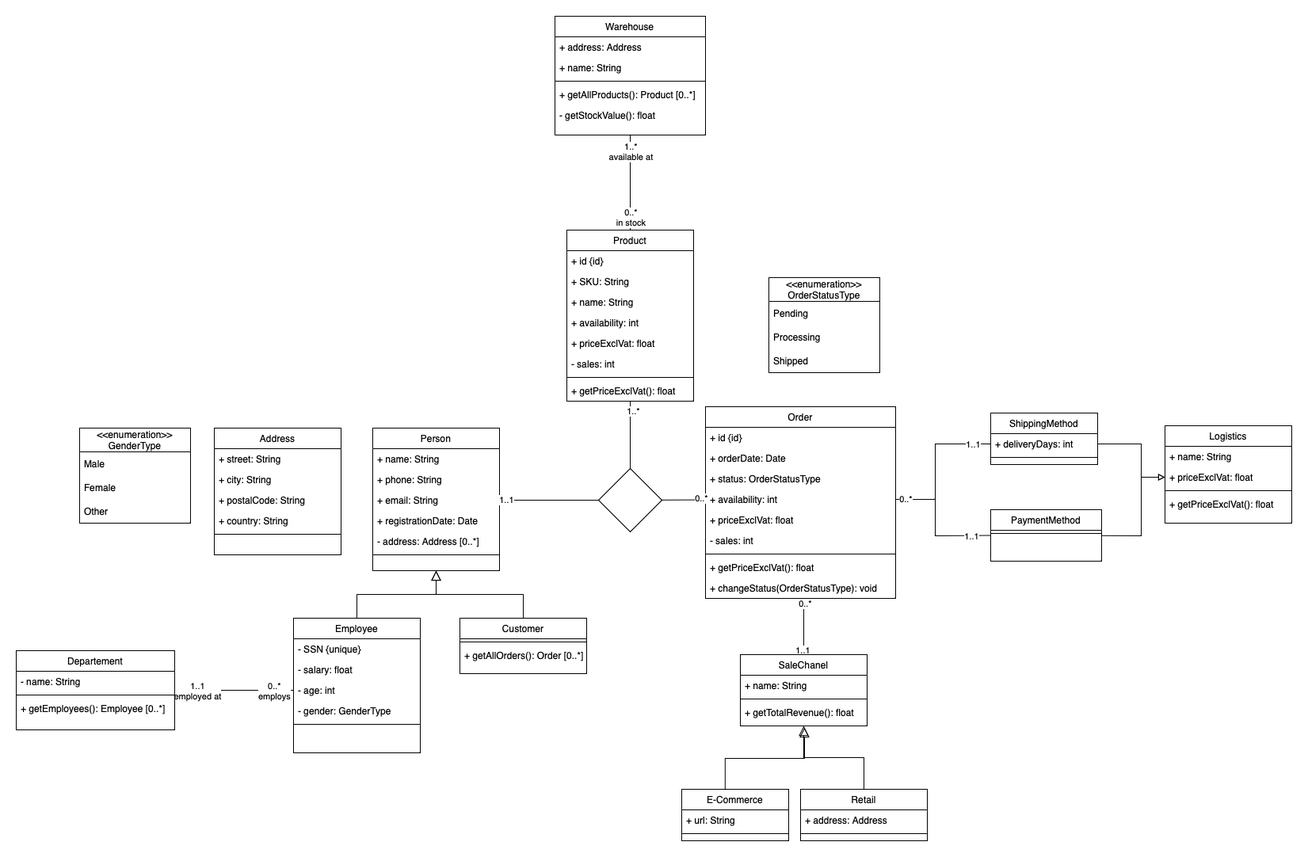
Before: task3/retail-business/diagram.png, a diagram exported from draw.io (michalpulpan/ntin043). Source tidied: cells renumbered, new cells last; positions are measured from the earlier drawing's top-left corner, leaving out a move shared by most shapes.
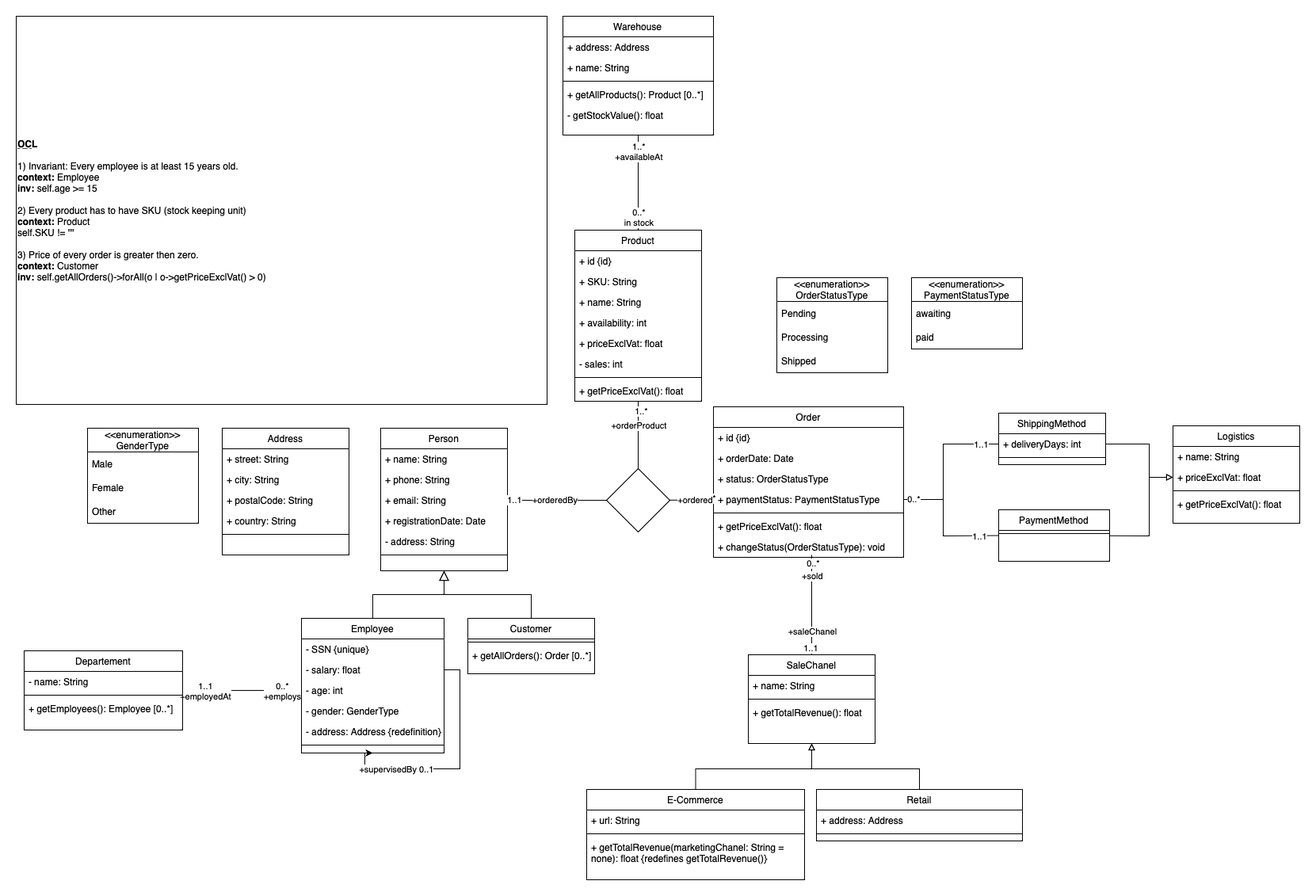
After the change.

Commit message:
UML, OCL

Diff of the diagram source:
```diff
@@ -19,3 +19,3 @@
     </mxCell>
-    <mxCell id="7" value="- address: Address [0..*]" style="text;align=left;verticalAlign=top;spacingLeft=4;spacingRight=4;overflow=hidden;rounded=0;shadow=0;html=0;" parent="2" vertex="1">
+    <mxCell id="7" value="- address: String" style="text;align=left;verticalAlign=top;spacingLeft=4;spacingRight=4;overflow=hidden;rounded=0;shadow=0;html=0;" parent="2" vertex="1">
       <mxGeometry y="130" width="160" height="26" as="geometry" />
@@ -26,18 +26,35 @@
     <mxCell id="9" value="Employee" style="swimlane;fontStyle=0;align=center;verticalAlign=top;horizontal=1;startSize=26;rounded=0;shadow=0;strokeWidth=1;" parent="1" vertex="1">
-      <mxGeometry x="350" y="760" width="160" height="170" as="geometry" />
+      <mxGeometry x="350" y="760" width="180" height="170" as="geometry" />
     </mxCell>
     <mxCell id="10" value="- SSN {unique}" style="text;align=left;verticalAlign=top;spacingLeft=4;spacingRight=4;overflow=hidden;" parent="9" vertex="1">
-      <mxGeometry y="26" width="160" height="26" as="geometry" />
+      <mxGeometry y="26" width="180" height="26" as="geometry" />
     </mxCell>
+    <mxCell id="109" style="edgeStyle=orthogonalEdgeStyle;rounded=0;jettySize=auto;html=1;entryX=0.5;entryY=1;entryDx=0;entryDy=0;" parent="9" edge="1" source="11" target="9">
+      <mxGeometry relative="1" as="geometry">
+        <Array as="points">
+          <mxPoint x="200" y="65" />
+          <mxPoint x="200" y="190" />
+          <mxPoint x="80" y="190" />
+        </Array>
+      </mxGeometry>
+    </mxCell>
+    <mxCell id="110" value="+supervisedBy 0..1" style="edgeLabel;html=1;align=center;verticalAlign=middle;" parent="109" vertex="1">
+      <mxGeometry x="0.72" y="-3" relative="1" as="geometry">
+        <mxPoint x="28" y="3" as="offset" />
+      </mxGeometry>
+    </mxCell>
     <mxCell id="11" value="- salary: float" style="text;align=left;verticalAlign=top;spacingLeft=4;spacingRight=4;overflow=hidden;points=[[0,0.5],[1,0.5]];portConstraint=eastwest;rounded=0;shadow=0;html=0;" parent="9" vertex="1">
-      <mxGeometry y="52" width="160" height="26" as="geometry" />
+      <mxGeometry y="52" width="180" height="26" as="geometry" />
     </mxCell>
     <mxCell id="12" value="- age: int" style="text;align=left;verticalAlign=top;spacingLeft=4;spacingRight=4;overflow=hidden;points=[[0,0.5],[1,0.5]];portConstraint=eastwest;rounded=0;shadow=0;html=0;" parent="9" vertex="1">
-      <mxGeometry y="78" width="160" height="26" as="geometry" />
+      <mxGeometry y="78" width="180" height="26" as="geometry" />
     </mxCell>
     <mxCell id="13" value="- gender: GenderType" style="text;align=left;verticalAlign=top;spacingLeft=4;spacingRight=4;overflow=hidden;rounded=0;shadow=0;html=0;" parent="9" vertex="1">
-      <mxGeometry y="104" width="160" height="26" as="geometry" />
+      <mxGeometry y="104" width="180" height="26" as="geometry" />
     </mxCell>
+    <mxCell id="111" value="- address: Address {redefinition}" style="text;align=left;verticalAlign=top;spacingLeft=4;spacingRight=4;overflow=hidden;rounded=0;shadow=0;html=0;" parent="9" vertex="1">
+      <mxGeometry y="130" width="180" height="26" as="geometry" />
+    </mxCell>
     <mxCell id="14" style="line;html=1;strokeWidth=1;align=left;verticalAlign=middle;spacingTop=-1;spacingLeft=3;spacingRight=3;labelPosition=right;" parent="9" vertex="1">
-      <mxGeometry y="130" width="160" height="8" as="geometry" />
+      <mxGeometry y="156" width="180" height="8" as="geometry" />
     </mxCell>
@@ -79,3 +96,3 @@
     </mxCell>
-    <mxCell id="27" value="1..1&lt;br&gt;employed at" style="edgeLabel;html=1;align=center;verticalAlign=middle;" parent="26" vertex="1">
+    <mxCell id="27" value="1..1&lt;br&gt;+employedAt" style="edgeLabel;html=1;align=center;verticalAlign=middle;" parent="26" vertex="1">
       <mxGeometry x="-0.52" y="2" relative="1" as="geometry">
@@ -84,3 +101,3 @@
     </mxCell>
-    <mxCell id="28" value="0..*&lt;br&gt;employs" style="edgeLabel;html=1;align=center;verticalAlign=middle;" parent="26" vertex="1">
+    <mxCell id="28" value="0..*&lt;br&gt;+employs" style="edgeLabel;html=1;align=center;verticalAlign=middle;" parent="26" vertex="1">
       <mxGeometry x="0.67" relative="1" as="geometry" />
@@ -117,2 +134,5 @@
     </mxCell>
+    <mxCell id="112" value="+orderProduct" style="edgeLabel;html=1;align=center;verticalAlign=middle;" parent="37" vertex="1">
+      <mxGeometry x="-0.3" relative="1" as="geometry" />
+    </mxCell>
     <mxCell id="39" value="Product" style="swimlane;fontStyle=0;align=center;verticalAlign=top;horizontal=1;startSize=26;rounded=0;shadow=0;strokeWidth=1;" parent="1" vertex="1">
@@ -145,3 +165,3 @@
     <mxCell id="48" value="Order" style="swimlane;fontStyle=0;align=center;verticalAlign=top;horizontal=1;startSize=26;rounded=0;shadow=0;strokeWidth=1;" parent="1" vertex="1">
-      <mxGeometry x="870" y="493" width="240" height="242" as="geometry" />
+      <mxGeometry x="870" y="493" width="240" height="190" as="geometry" />
     </mxCell>
@@ -156,19 +176,13 @@
     </mxCell>
-    <mxCell id="52" value="+ availability: int" style="text;align=left;verticalAlign=top;spacingLeft=4;spacingRight=4;overflow=hidden;points=[[0,0.5],[1,0.5]];portConstraint=eastwest;rounded=0;shadow=0;html=0;" parent="48" vertex="1">
-      <mxGeometry y="104" width="240" height="26" as="geometry" />
-    </mxCell>
-    <mxCell id="53" value="+ priceExclVat: float" style="text;align=left;verticalAlign=top;spacingLeft=4;spacingRight=4;overflow=hidden;rounded=0;shadow=0;html=0;" parent="48" vertex="1">
-      <mxGeometry y="130" width="240" height="26" as="geometry" />
-    </mxCell>
-    <mxCell id="54" value="- sales: int" style="text;align=left;verticalAlign=top;spacingLeft=4;spacingRight=4;overflow=hidden;rounded=0;shadow=0;html=0;" parent="48" vertex="1">
-      <mxGeometry y="156" width="240" height="26" as="geometry" />
-    </mxCell>
+    <mxCell id="113" value="+ paymentStatus: PaymentStatusType" style="text;align=left;verticalAlign=top;spacingLeft=4;spacingRight=4;overflow=hidden;rounded=0;shadow=0;html=0;" parent="48" vertex="1">
+      <mxGeometry y="104" width="240" height="26" as="geometry" />
+    </mxCell>
     <mxCell id="55" style="line;html=1;strokeWidth=1;align=left;verticalAlign=middle;spacingTop=-1;spacingLeft=3;spacingRight=3;labelPosition=right;" parent="48" vertex="1">
-      <mxGeometry y="182" width="240" height="8" as="geometry" />
+      <mxGeometry y="130" width="240" height="8" as="geometry" />
     </mxCell>
     <mxCell id="56" value="+ getPriceExclVat(): float" style="text;align=left;verticalAlign=top;spacingLeft=4;spacingRight=4;overflow=hidden;rounded=0;shadow=0;html=0;" parent="48" vertex="1">
-      <mxGeometry y="190" width="240" height="26" as="geometry" />
+      <mxGeometry y="138" width="240" height="26" as="geometry" />
     </mxCell>
     <mxCell id="57" value="+ changeStatus(OrderStatusType): void" style="text;align=left;verticalAlign=top;spacingLeft=4;spacingRight=4;overflow=hidden;points=[[0,0.5],[1,0.5]];portConstraint=eastwest;rounded=0;shadow=0;html=0;" parent="48" vertex="1">
-      <mxGeometry y="216" width="240" height="26" as="geometry" />
+      <mxGeometry y="164" width="240" height="26" as="geometry" />
     </mxCell>
@@ -218,4 +232,11 @@
     </mxCell>
+    <mxCell id="114" value="+orderedBy" style="edgeLabel;html=1;align=center;verticalAlign=middle;" parent="69" vertex="1">
+      <mxGeometry x="-0.51" y="1" relative="1" as="geometry">
+        <mxPoint x="29" as="offset" />
+      </mxGeometry>
+    </mxCell>
-    <mxCell id="71" style="edgeStyle=none;rounded=0;jettySize=auto;html=1;endArrow=none;endFill=0;" parent="1" edge="1" source="52" target="68">
-      <mxGeometry relative="1" as="geometry" />
+    <mxCell id="71" style="edgeStyle=none;rounded=0;jettySize=auto;html=1;endArrow=none;endFill=0;" parent="1" edge="1" target="68">
+      <mxGeometry relative="1" as="geometry">
+        <mxPoint x="870" y="610.6" as="sourcePoint" />
+      </mxGeometry>
     </mxCell>
@@ -224,2 +245,5 @@
     </mxCell>
+    <mxCell id="115" value="+ordered" style="edgeLabel;html=1;align=center;verticalAlign=middle;" parent="71" vertex="1">
+      <mxGeometry x="-0.14" relative="1" as="geometry" />
+    </mxCell>
     <mxCell id="73" style="edgeStyle=none;rounded=0;jettySize=auto;html=1;entryX=0.5;entryY=0;entryDx=0;entryDy=0;endArrow=none;endFill=0;" parent="1" edge="1" source="76" target="39">
@@ -230,3 +254,3 @@
     </mxCell>
-    <mxCell id="75" value="1..*&lt;br&gt;available at" style="edgeLabel;html=1;align=center;verticalAlign=middle;" parent="73" vertex="1">
+    <mxCell id="75" value="1..*&lt;br&gt;+availableAt" style="edgeLabel;html=1;align=center;verticalAlign=middle;" parent="73" vertex="1">
       <mxGeometry x="-0.67" relative="1" as="geometry" />
@@ -269,4 +293,6 @@
     </mxCell>
-    <mxCell id="88" style="edgeStyle=none;rounded=0;jettySize=auto;html=1;endArrow=none;endFill=0;entryX=0.517;entryY=1;entryDx=0;entryDy=0;entryPerimeter=0;exitX=0.5;exitY=0;exitDx=0;exitDy=0;" parent="1" edge="1" source="91" target="57">
-      <mxGeometry relative="1" as="geometry" />
+    <mxCell id="88" style="edgeStyle=none;rounded=0;jettySize=auto;html=1;endArrow=none;endFill=0;exitX=0.5;exitY=0;exitDx=0;exitDy=0;" parent="1" edge="1" source="91">
+      <mxGeometry relative="1" as="geometry">
+        <mxPoint x="994" y="680" as="targetPoint" />
+      </mxGeometry>
     </mxCell>
@@ -278,4 +304,10 @@
     </mxCell>
+    <mxCell id="116" value="+saleChanel" style="edgeLabel;html=1;align=center;verticalAlign=middle;" parent="88" vertex="1">
+      <mxGeometry x="-0.52" relative="1" as="geometry" />
+    </mxCell>
+    <mxCell id="117" value="+sold" style="edgeLabel;html=1;align=center;verticalAlign=middle;" parent="88" vertex="1">
+      <mxGeometry x="0.58" relative="1" as="geometry" />
+    </mxCell>
     <mxCell id="91" value="SaleChanel" style="swimlane;fontStyle=0;align=center;verticalAlign=top;horizontal=1;startSize=26;rounded=0;shadow=0;strokeWidth=1;" parent="1" vertex="1">
-      <mxGeometry x="914" y="806" width="160" height="90" as="geometry" />
+      <mxGeometry x="914" y="806" width="160" height="112" as="geometry" />
     </mxCell>
@@ -290,30 +322,39 @@
     </mxCell>
+    <mxCell id="118" style="edgeStyle=orthogonalEdgeStyle;rounded=0;jettySize=auto;html=1;entryX=0.5;entryY=1;entryDx=0;entryDy=0;endArrow=block;endFill=0;" parent="1" edge="1" source="95" target="91">
+      <mxGeometry relative="1" as="geometry">
+        <Array as="points">
+          <mxPoint x="848" y="950" />
+          <mxPoint x="994" y="950" />
+        </Array>
+      </mxGeometry>
+    </mxCell>
     <mxCell id="95" value="E-Commerce" style="swimlane;fontStyle=0;align=center;verticalAlign=top;horizontal=1;startSize=26;rounded=0;shadow=0;strokeWidth=1;" parent="1" vertex="1">
-      <mxGeometry x="840" y="976" width="135" height="65" as="geometry" />
+      <mxGeometry x="710" y="976" width="275" height="114" as="geometry" />
     </mxCell>
     <mxCell id="96" value="+ url: String" style="text;align=left;verticalAlign=top;spacingLeft=4;spacingRight=4;overflow=hidden;rounded=0;shadow=0;html=0;" parent="95" vertex="1">
-      <mxGeometry y="26" width="135" height="26" as="geometry" />
+      <mxGeometry y="26" width="275" height="26" as="geometry" />
     </mxCell>
     <mxCell id="97" style="line;html=1;strokeWidth=1;align=left;verticalAlign=middle;spacingTop=-1;spacingLeft=3;spacingRight=3;labelPosition=right;" parent="95" vertex="1">
-      <mxGeometry y="52" width="135" height="8" as="geometry" />
+      <mxGeometry y="52" width="275" height="8" as="geometry" />
     </mxCell>
+    <mxCell id="119" value="+ getTotalRevenue(marketingChanel: String = none): float {redefines getTotalRevenue()}" style="text;align=left;verticalAlign=top;spacingLeft=4;spacingRight=4;overflow=hidden;rounded=0;shadow=0;html=0;whiteSpace=wrap;" parent="95" vertex="1">
+      <mxGeometry y="60" width="275" height="50" as="geometry" />
+    </mxCell>
+    <mxCell id="102" style="edgeStyle=orthogonalEdgeStyle;rounded=0;jettySize=auto;html=1;entryX=0.5;entryY=1;entryDx=0;entryDy=0;endArrow=block;endFill=0;" parent="1" edge="1" source="98" target="91">
+      <mxGeometry relative="1" as="geometry">
+        <Array as="points">
+          <mxPoint x="1130" y="950" />
+          <mxPoint x="994" y="950" />
+        </Array>
+      </mxGeometry>
+    </mxCell>
     <mxCell id="98" value="Retail" style="swimlane;fontStyle=0;align=center;verticalAlign=top;horizontal=1;startSize=26;rounded=0;shadow=0;strokeWidth=1;" parent="1" vertex="1">
-      <mxGeometry x="990" y="976" width="160" height="65" as="geometry" />
+      <mxGeometry x="1000" y="976" width="260" height="65" as="geometry" />
     </mxCell>
     <mxCell id="99" value="+ address: Address" style="text;align=left;verticalAlign=top;spacingLeft=4;spacingRight=4;overflow=hidden;rounded=0;shadow=0;html=0;" parent="98" vertex="1">
-      <mxGeometry y="26" width="160" height="26" as="geometry" />
+      <mxGeometry y="26" width="260" height="26" as="geometry" />
     </mxCell>
     <mxCell id="100" style="line;html=1;strokeWidth=1;align=left;verticalAlign=middle;spacingTop=-1;spacingLeft=3;spacingRight=3;labelPosition=right;" parent="98" vertex="1">
-      <mxGeometry y="52" width="160" height="8" as="geometry" />
+      <mxGeometry y="52" width="260" height="8" as="geometry" />
     </mxCell>
-    <mxCell id="101" style="endArrow=block;endSize=10;endFill=0;shadow=0;strokeWidth=1;rounded=0;edgeStyle=elbowEdgeStyle;elbow=vertical;exitX=0.406;exitY=0.012;exitDx=0;exitDy=0;exitPerimeter=0;entryX=0.506;entryY=1.231;entryDx=0;entryDy=0;entryPerimeter=0;" parent="1" edge="1" source="95" target="94">
-      <mxGeometry relative="1" as="geometry" />
-    </mxCell>
-    <mxCell id="102" style="endArrow=block;endSize=10;endFill=0;shadow=0;strokeWidth=1;rounded=0;edgeStyle=elbowEdgeStyle;elbow=vertical;exitX=0.5;exitY=0;exitDx=0;exitDy=0;entryX=0.5;entryY=1;entryDx=0;entryDy=0;" parent="1" edge="1" source="98" target="91">
-      <mxGeometry relative="1" as="geometry">
-        <Array as="points">
-          <mxPoint x="1030" y="936" />
-        </Array>
-      </mxGeometry>
-    </mxCell>
     <mxCell id="103" style="edgeStyle=none;rounded=0;jettySize=auto;html=1;entryX=0;entryY=0.5;entryDx=0;entryDy=0;endArrow=block;endFill=0;exitX=1;exitY=0.5;exitDx=0;exitDy=0;" parent="1" edge="1" source="63" target="84">
@@ -326,4 +367,5 @@
     </mxCell>
-    <mxCell id="104" style="edgeStyle=none;rounded=0;jettySize=auto;html=1;entryX=0;entryY=0.5;entryDx=0;entryDy=0;endArrow=none;endFill=0;exitX=1;exitY=0.5;exitDx=0;exitDy=0;" parent="1" edge="1" source="52" target="63">
+    <mxCell id="104" style="edgeStyle=none;rounded=0;jettySize=auto;html=1;entryX=0;entryY=0.5;entryDx=0;entryDy=0;endArrow=none;endFill=0;exitX=1;exitY=0.5;exitDx=0;exitDy=0;" parent="1" edge="1" target="63">
       <mxGeometry relative="1" as="geometry">
+        <mxPoint x="1110" y="610" as="sourcePoint" />
         <Array as="points">
@@ -337,4 +379,5 @@
     </mxCell>
-    <mxCell id="106" style="edgeStyle=none;rounded=0;jettySize=auto;html=1;entryX=0;entryY=0.5;entryDx=0;entryDy=0;endArrow=none;endFill=0;" parent="1" edge="1" source="52" target="66">
+    <mxCell id="106" style="edgeStyle=none;rounded=0;jettySize=auto;html=1;entryX=0;entryY=0.5;entryDx=0;entryDy=0;endArrow=none;endFill=0;" parent="1" edge="1" target="66">
       <mxGeometry relative="1" as="geometry">
+        <mxPoint x="1110" y="610" as="sourcePoint" />
         <Array as="points">
@@ -352,2 +395,14 @@
     </mxCell>
+    <mxCell id="120" value="&lt;b&gt;&lt;u&gt;OCL&lt;/u&gt;&lt;/b&gt;&lt;br&gt;&lt;br&gt;1) Invariant: Every employee is at least 15 years old.&lt;br&gt;&lt;b&gt;context:&lt;/b&gt; Employee&lt;br&gt;&lt;b&gt;inv: &lt;/b&gt;self.age &amp;gt;= 15&lt;br&gt;&lt;br style=&quot;border-color: var(--border-color);&quot;&gt;2) Every product has to have SKU (stock keeping unit)&lt;br style=&quot;border-color: var(--border-color);&quot;&gt;&lt;b style=&quot;border-color: var(--border-color);&quot;&gt;context:&amp;nbsp;&lt;/b&gt;Product&lt;br style=&quot;border-color: var(--border-color);&quot;&gt;self.SKU != &quot;&quot;&lt;br&gt;&lt;br&gt;3) Price of every order is greater then zero.&lt;br&gt;&lt;b&gt;context: &lt;/b&gt;Customer&lt;br&gt;&lt;b&gt;inv: &lt;/b&gt;self.getAllOrders()-&amp;gt;forAll(o | o-&amp;gt;getPriceExclVat() &amp;gt; 0)" style="rounded=0;whiteSpace=wrap;html=1;align=left;" parent="1" vertex="1">
+      <mxGeometry x="-10" width="670" height="490" as="geometry" />
+    </mxCell>
+    <mxCell id="121" value="&amp;lt;&amp;lt;enumeration&amp;gt;&amp;gt;&lt;br&gt;PaymentStatusType" style="swimlane;fontStyle=0;horizontal=1;startSize=30;whiteSpace=wrap;html=1;" parent="1" vertex="1">
+      <mxGeometry x="1120" y="330" width="140" height="90" as="geometry" />
+    </mxCell>
+    <mxCell id="122" value="awaiting" style="text;strokeColor=none;fillColor=none;align=left;verticalAlign=middle;spacingLeft=4;spacingRight=4;overflow=hidden;whiteSpace=wrap;html=1;" parent="121" vertex="1">
+      <mxGeometry y="30" width="140" height="30" as="geometry" />
+    </mxCell>
+    <mxCell id="123" value="paid" style="text;strokeColor=none;fillColor=none;align=left;verticalAlign=middle;spacingLeft=4;spacingRight=4;overflow=hidden;whiteSpace=wrap;html=1;" parent="121" vertex="1">
+      <mxGeometry y="60" width="140" height="30" as="geometry" />
+    </mxCell>
   </root>
```
